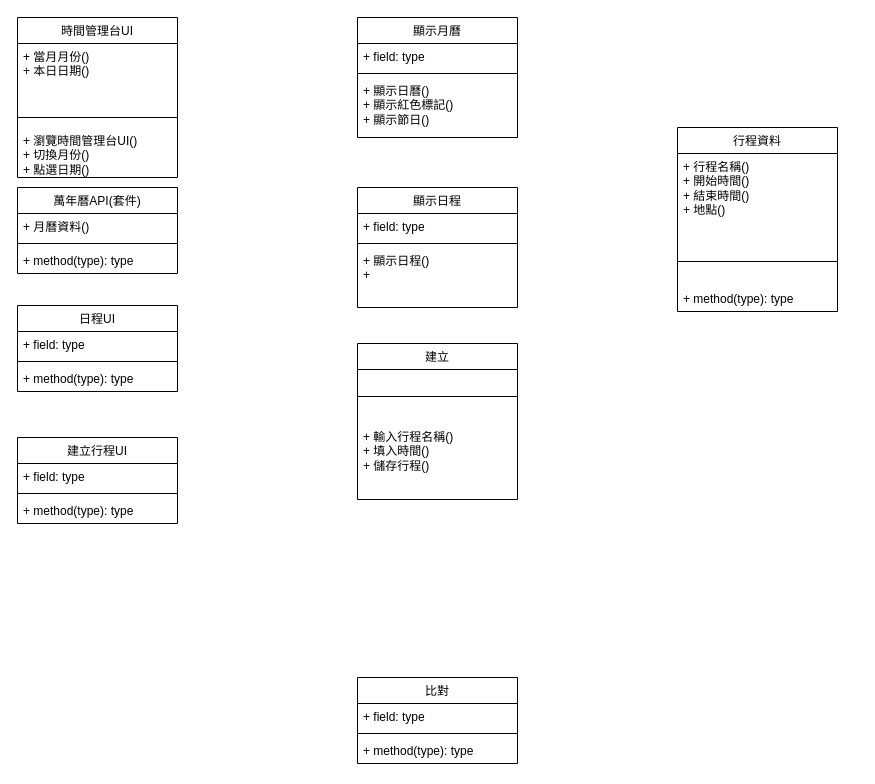
Kevincheng0804/Graduation-Topic keeps this draw.io diagram as 類別圖.drawio. Above is the earlier version. Source tidied: cells renumbered, new cells numbered last; positions are measured from the earlier drawing's top-left corner, leaving out a move shared by most shapes. Both pictures are drawn from the tidied source at 100%, with x=0, y=0 at pixel (17, 17).
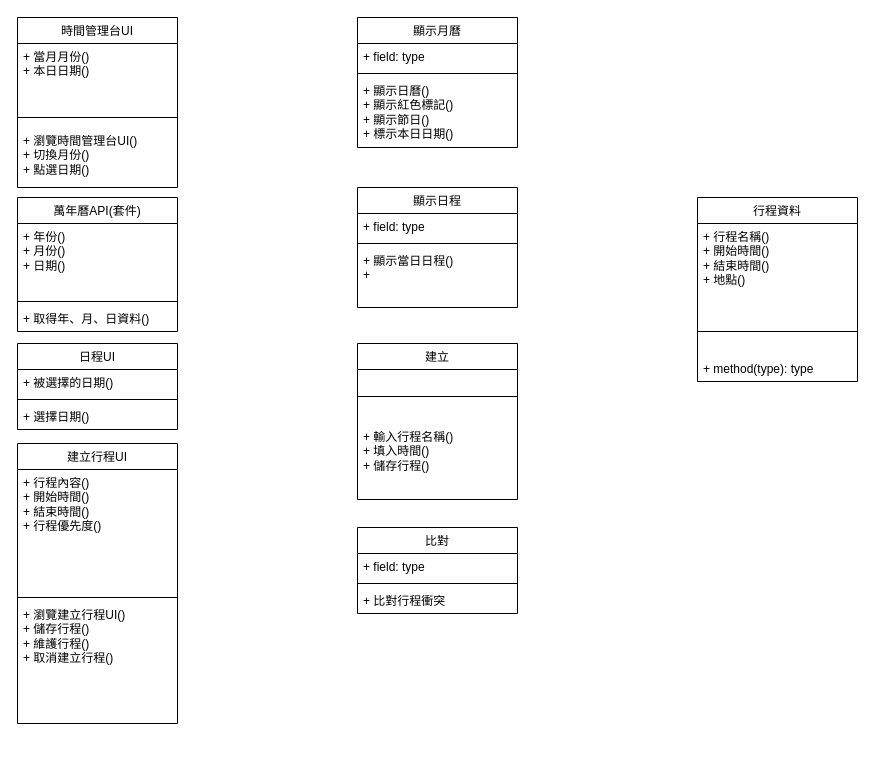
The same diagram, later.

Commit message:
更新類別圖.drawio

Unchanged cells that the change refers to:
```xml
<mxCell id="22" value="&lt;span style=&quot;font-weight: 400;&quot;&gt;顯示日程&lt;/span&gt;" style="swimlane;fontStyle=1;align=center;verticalAlign=top;horizontal=1;startSize=26;whiteSpace=wrap;html=1;" parent="1" vertex="1">
  <mxGeometry x="340" y="170" width="160" height="120" as="geometry" />
</mxCell>
```

The edit, as a diff of the source:
```diff
@@
     <mxCell id="2" value="&lt;span style=&quot;font-weight: 400;&quot;&gt;時間管理台&lt;/span&gt;&lt;span style=&quot;font-weight: 400;&quot;&gt;UI&lt;/span&gt;" style="swimlane;fontStyle=1;align=center;verticalAlign=top;horizontal=1;startSize=26;whiteSpace=wrap;html=1;" parent="1" vertex="1">
-      <mxGeometry width="160" height="160" as="geometry" />
+      <mxGeometry width="160" height="170" as="geometry" />
     </mxCell>
-    <mxCell id="3" value="+ 當月月份()&lt;div&gt;+ 本日日期()&lt;/div&gt;" style="text;strokeColor=none;fillColor=none;align=left;verticalAlign=top;spacingLeft=4;spacingRight=4;overflow=hidden;whiteSpace=wrap;html=1;" parent="2" vertex="1">
+    <mxCell id="3" value="+ 當月月份()&lt;div&gt;+ 本日日期()&lt;/div&gt;&lt;div&gt;&lt;br&gt;&lt;/div&gt;" style="text;strokeColor=none;fillColor=none;align=left;verticalAlign=top;spacingLeft=4;spacingRight=4;overflow=hidden;whiteSpace=wrap;html=1;" parent="2" vertex="1">
       <mxGeometry y="26" width="160" height="64" as="geometry" />
     </mxCell>
@@
     <mxCell id="5" value="&lt;div&gt;+ 瀏覽時間管理台UI()&lt;/div&gt;+ 切換月份()&lt;div&gt;+ 點選日期()&lt;/div&gt;" style="text;strokeColor=none;fillColor=none;align=left;verticalAlign=top;spacingLeft=4;spacingRight=4;overflow=hidden;whiteSpace=wrap;html=1;" parent="2" vertex="1">
-      <mxGeometry y="110" width="160" height="50" as="geometry" />
+      <mxGeometry y="110" width="160" height="60" as="geometry" />
     </mxCell>
     <mxCell id="6" value="&lt;span style=&quot;font-weight: 400;&quot;&gt;萬年曆API(套件)&lt;/span&gt;" style="swimlane;fontStyle=1;align=center;verticalAlign=top;horizontal=1;startSize=26;whiteSpace=wrap;html=1;" parent="1" vertex="1">
-      <mxGeometry y="170" width="160" height="86" as="geometry" />
+      <mxGeometry y="180" width="160" height="134" as="geometry" />
     </mxCell>
-    <mxCell id="7" value="+ 月曆資料()" style="text;strokeColor=none;fillColor=none;align=left;verticalAlign=top;spacingLeft=4;spacingRight=4;overflow=hidden;whiteSpace=wrap;html=1;" parent="6" vertex="1">
-      <mxGeometry y="26" width="160" height="26" as="geometry" />
+    <mxCell id="7" value="&lt;div&gt;+ 年份()&lt;/div&gt;+ 月份()&lt;div&gt;+ 日期()&lt;/div&gt;" style="text;strokeColor=none;fillColor=none;align=left;verticalAlign=top;spacingLeft=4;spacingRight=4;overflow=hidden;whiteSpace=wrap;html=1;" parent="6" vertex="1">
+      <mxGeometry y="26" width="160" height="74" as="geometry" />
     </mxCell>
     <mxCell id="8" style="line;strokeWidth=1;fillColor=none;align=left;verticalAlign=middle;spacingTop=-1;spacingLeft=3;spacingRight=3;labelPosition=right;strokeColor=inherit;" parent="6" vertex="1">
-      <mxGeometry y="52" width="160" height="8" as="geometry" />
+      <mxGeometry y="100" width="160" height="8" as="geometry" />
     </mxCell>
-    <mxCell id="9" value="+ method(type): type" style="text;strokeColor=none;fillColor=none;align=left;verticalAlign=top;spacingLeft=4;spacingRight=4;overflow=hidden;whiteSpace=wrap;html=1;" parent="6" vertex="1">
-      <mxGeometry y="60" width="160" height="26" as="geometry" />
+    <mxCell id="9" value="+ 取得年、月、日資料()" style="text;strokeColor=none;fillColor=none;align=left;verticalAlign=top;spacingLeft=4;spacingRight=4;overflow=hidden;whiteSpace=wrap;html=1;" parent="6" vertex="1">
+      <mxGeometry y="108" width="160" height="26" as="geometry" />
     </mxCell>
     <mxCell id="10" value="&lt;span style=&quot;font-weight: 400;&quot;&gt;日程UI&lt;/span&gt;" style="swimlane;fontStyle=1;align=center;verticalAlign=top;horizontal=1;startSize=26;whiteSpace=wrap;html=1;" parent="1" vertex="1">
-      <mxGeometry y="288" width="160" height="86" as="geometry" />
+      <mxGeometry y="326" width="160" height="86" as="geometry" />
     </mxCell>
-    <mxCell id="11" value="+ field: type" style="text;strokeColor=none;fillColor=none;align=left;verticalAlign=top;spacingLeft=4;spacingRight=4;overflow=hidden;whiteSpace=wrap;html=1;" parent="10" vertex="1">
+    <mxCell id="11" value="+ 被選擇的日期()&lt;div&gt;&lt;br&gt;&lt;/div&gt;" style="text;strokeColor=none;fillColor=none;align=left;verticalAlign=top;spacingLeft=4;spacingRight=4;overflow=hidden;whiteSpace=wrap;html=1;" parent="10" vertex="1">
       <mxGeometry y="26" width="160" height="26" as="geometry" />
     </mxCell>
@@
-    <mxCell id="13" value="+ method(type): type" style="text;strokeColor=none;fillColor=none;align=left;verticalAlign=top;spacingLeft=4;spacingRight=4;overflow=hidden;whiteSpace=wrap;html=1;" parent="10" vertex="1">
+    <mxCell id="13" value="+ 選擇日期()&lt;div&gt;&lt;br&gt;&lt;/div&gt;" style="text;strokeColor=none;fillColor=none;align=left;verticalAlign=top;spacingLeft=4;spacingRight=4;overflow=hidden;whiteSpace=wrap;html=1;" parent="10" vertex="1">
       <mxGeometry y="60" width="160" height="26" as="geometry" />
     </mxCell>
     <mxCell id="14" value="&lt;span style=&quot;font-weight: 400;&quot;&gt;建立行程UI&lt;/span&gt;" style="swimlane;fontStyle=1;align=center;verticalAlign=top;horizontal=1;startSize=26;whiteSpace=wrap;html=1;" parent="1" vertex="1">
-      <mxGeometry y="420" width="160" height="86" as="geometry" />
+      <mxGeometry y="426" width="160" height="280" as="geometry" />
     </mxCell>
-    <mxCell id="15" value="+ field: type" style="text;strokeColor=none;fillColor=none;align=left;verticalAlign=top;spacingLeft=4;spacingRight=4;overflow=hidden;whiteSpace=wrap;html=1;" parent="14" vertex="1">
-      <mxGeometry y="26" width="160" height="26" as="geometry" />
+    <mxCell id="15" value="&lt;div&gt;+ 行程內容()&lt;/div&gt;&lt;div&gt;+ 開始時間()&lt;/div&gt;&lt;div&gt;+ 結束時間()&lt;/div&gt;&lt;div&gt;+ 行程優先度()&lt;/div&gt;" style="text;strokeColor=none;fillColor=none;align=left;verticalAlign=top;spacingLeft=4;spacingRight=4;overflow=hidden;whiteSpace=wrap;html=1;" parent="14" vertex="1">
+      <mxGeometry y="26" width="160" height="124" as="geometry" />
     </mxCell>
     <mxCell id="16" style="line;strokeWidth=1;fillColor=none;align=left;verticalAlign=middle;spacingTop=-1;spacingLeft=3;spacingRight=3;labelPosition=right;strokeColor=inherit;" parent="14" vertex="1">
-      <mxGeometry y="52" width="160" height="8" as="geometry" />
+      <mxGeometry y="150" width="160" height="8" as="geometry" />
     </mxCell>
-    <mxCell id="17" value="+ method(type): type" style="text;strokeColor=none;fillColor=none;align=left;verticalAlign=top;spacingLeft=4;spacingRight=4;overflow=hidden;whiteSpace=wrap;html=1;" parent="14" vertex="1">
-      <mxGeometry y="60" width="160" height="26" as="geometry" />
+    <mxCell id="17" value="+ 瀏覽建立行程UI()&lt;div&gt;+ 儲存行程()&lt;/div&gt;&lt;div&gt;+ 維護行程()&lt;/div&gt;&lt;div&gt;+ 取消建立行程()&lt;/div&gt;" style="text;strokeColor=none;fillColor=none;align=left;verticalAlign=top;spacingLeft=4;spacingRight=4;overflow=hidden;whiteSpace=wrap;html=1;" parent="14" vertex="1">
+      <mxGeometry y="158" width="160" height="122" as="geometry" />
     </mxCell>
     <mxCell id="18" value="&lt;span style=&quot;font-weight: 400;&quot;&gt;顯示月曆&lt;/span&gt;" style="swimlane;fontStyle=1;align=center;verticalAlign=top;horizontal=1;startSize=26;whiteSpace=wrap;html=1;" parent="1" vertex="1">
-      <mxGeometry x="340" width="160" height="120" as="geometry" />
+      <mxGeometry x="340" width="160" height="130" as="geometry" />
     </mxCell>
@@
-    <mxCell id="21" value="+ 顯示日曆()&lt;div&gt;+ 顯示紅色標記()&lt;/div&gt;&lt;div&gt;+ 顯示節日()&lt;/div&gt;" style="text;strokeColor=none;fillColor=none;align=left;verticalAlign=top;spacingLeft=4;spacingRight=4;overflow=hidden;whiteSpace=wrap;html=1;" parent="18" vertex="1">
-      <mxGeometry y="60" width="160" height="60" as="geometry" />
+    <mxCell id="21" value="+ 顯示日曆()&lt;div&gt;+ 顯示紅色標記()&lt;/div&gt;&lt;div&gt;+ 顯示節日()&lt;/div&gt;&lt;div&gt;+ 標示本日日期()&lt;/div&gt;" style="text;strokeColor=none;fillColor=none;align=left;verticalAlign=top;spacingLeft=4;spacingRight=4;overflow=hidden;whiteSpace=wrap;html=1;" parent="18" vertex="1">
+      <mxGeometry y="60" width="160" height="70" as="geometry" />
     </mxCell>
@@
-    <mxCell id="25" value="&lt;div&gt;+ 顯示日程()&lt;/div&gt;&lt;div&gt;+&amp;nbsp;&lt;br&gt;&lt;div&gt;&lt;br&gt;&lt;/div&gt;&lt;/div&gt;" style="text;strokeColor=none;fillColor=none;align=left;verticalAlign=top;spacingLeft=4;spacingRight=4;overflow=hidden;whiteSpace=wrap;html=1;" parent="22" vertex="1">
+    <mxCell id="25" value="&lt;div&gt;+ 顯示當日日程()&lt;/div&gt;&lt;div&gt;+&amp;nbsp;&lt;br&gt;&lt;div&gt;&lt;br&gt;&lt;/div&gt;&lt;/div&gt;" style="text;strokeColor=none;fillColor=none;align=left;verticalAlign=top;spacingLeft=4;spacingRight=4;overflow=hidden;whiteSpace=wrap;html=1;" parent="22" vertex="1">
       <mxGeometry y="60" width="160" height="60" as="geometry" />
     </mxCell>
@@
     <mxCell id="29" value="&lt;span style=&quot;font-weight: 400;&quot;&gt;比對&lt;/span&gt;" style="swimlane;fontStyle=1;align=center;verticalAlign=top;horizontal=1;startSize=26;whiteSpace=wrap;html=1;" parent="1" vertex="1">
-      <mxGeometry x="340" y="660" width="160" height="86" as="geometry" />
+      <mxGeometry x="340" y="510" width="160" height="86" as="geometry" />
     </mxCell>
@@
-    <mxCell id="32" value="+ method(type): type" style="text;strokeColor=none;fillColor=none;align=left;verticalAlign=top;spacingLeft=4;spacingRight=4;overflow=hidden;whiteSpace=wrap;html=1;" parent="29" vertex="1">
+    <mxCell id="32" value="+ 比對行程衝突" style="text;strokeColor=none;fillColor=none;align=left;verticalAlign=top;spacingLeft=4;spacingRight=4;overflow=hidden;whiteSpace=wrap;html=1;" parent="29" vertex="1">
       <mxGeometry y="60" width="160" height="26" as="geometry" />
     </mxCell>
     <mxCell id="33" value="&lt;span style=&quot;font-weight: 400;&quot;&gt;行程資料&lt;/span&gt;" style="swimlane;fontStyle=1;align=center;verticalAlign=top;horizontal=1;startSize=26;whiteSpace=wrap;html=1;" parent="1" vertex="1">
-      <mxGeometry x="660" y="110" width="160" height="184" as="geometry" />
+      <mxGeometry x="680" y="180" width="160" height="184" as="geometry" />
     </mxCell>
```
